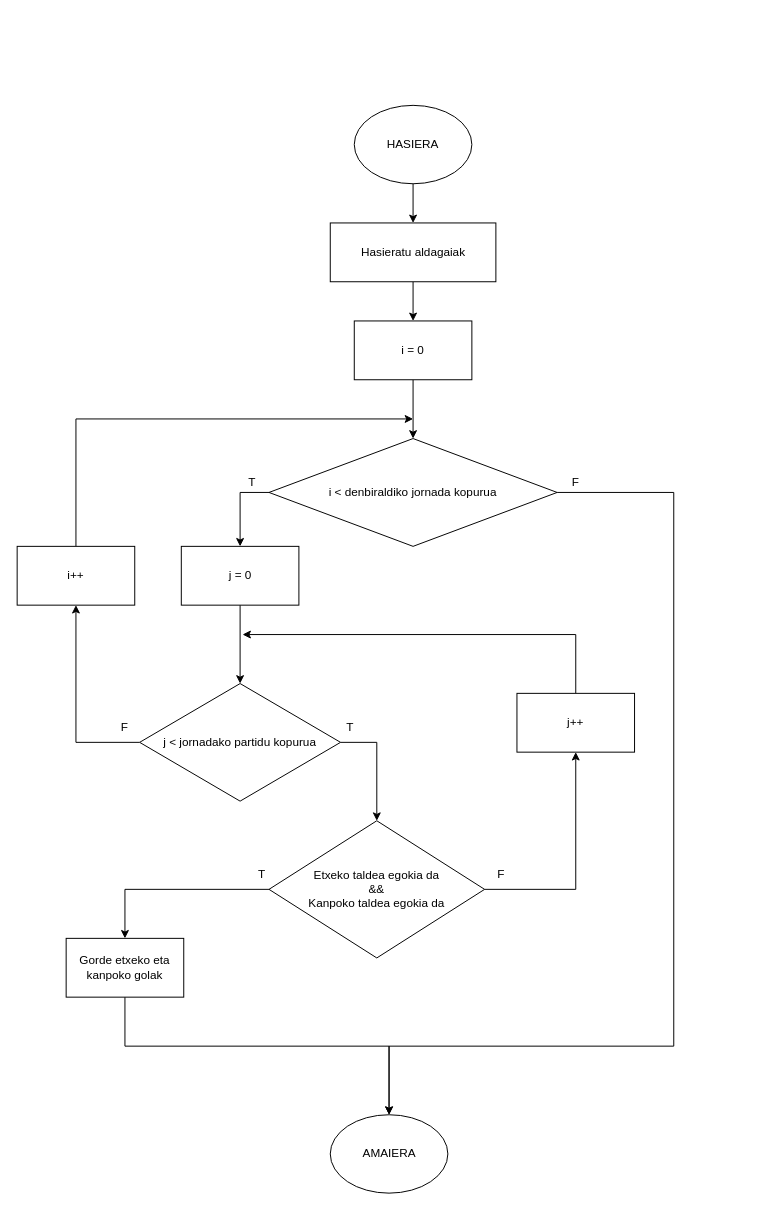
oierfptxurdinaga/T5E2Prog keeps this draw.io diagram as GI/sartuEmaitza Fluxu diagrama.drawio. Above is the earlier version. Source tidied: cells renumbered, new cells numbered last; positions are measured from the earlier drawing's top-left corner, leaving out a move shared by most shapes. Both pictures are drawn from the tidied source at 98%, with x=0, y=0 at pixel (17, 105).
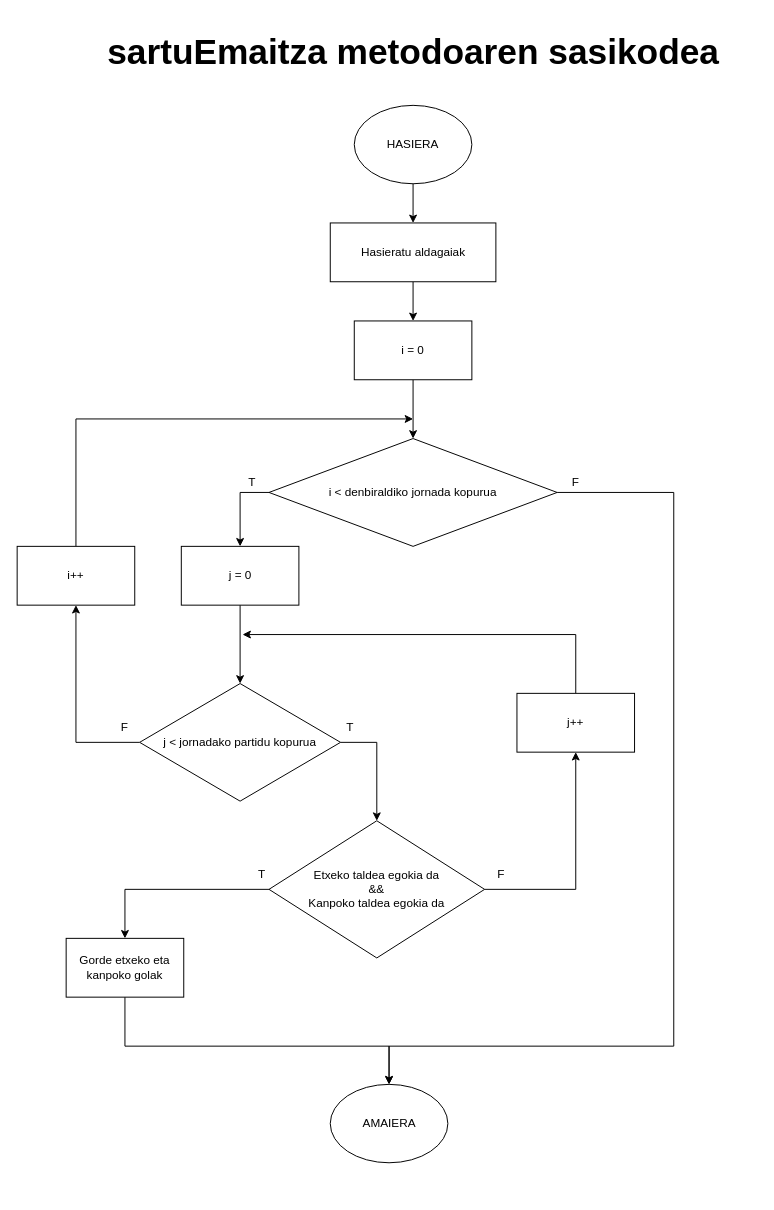
After the change.

The edit, as a diff of the source:
```diff
@@
     <mxCell id="4" value="AMAIERA" style="ellipse;whiteSpace=wrap;html=1;" parent="1" vertex="1">
-      <mxGeometry x="319.5" y="1030" width="120" height="80" as="geometry" />
+      <mxGeometry x="319.5" y="999" width="120" height="80" as="geometry" />
     </mxCell>
@@
+    <mxCell id="32" value="&lt;b&gt;&lt;font style=&quot;font-size: 36px;&quot;&gt;sartuEmaitza metodoaren sasikodea&lt;/font&gt;&lt;/b&gt;" style="text;html=1;whiteSpace=wrap;strokeColor=none;fillColor=none;align=center;verticalAlign=middle;rounded=0;" parent="1" vertex="1">
+      <mxGeometry x="52.5" y="-90" width="703" height="70" as="geometry" />
+    </mxCell>
```
